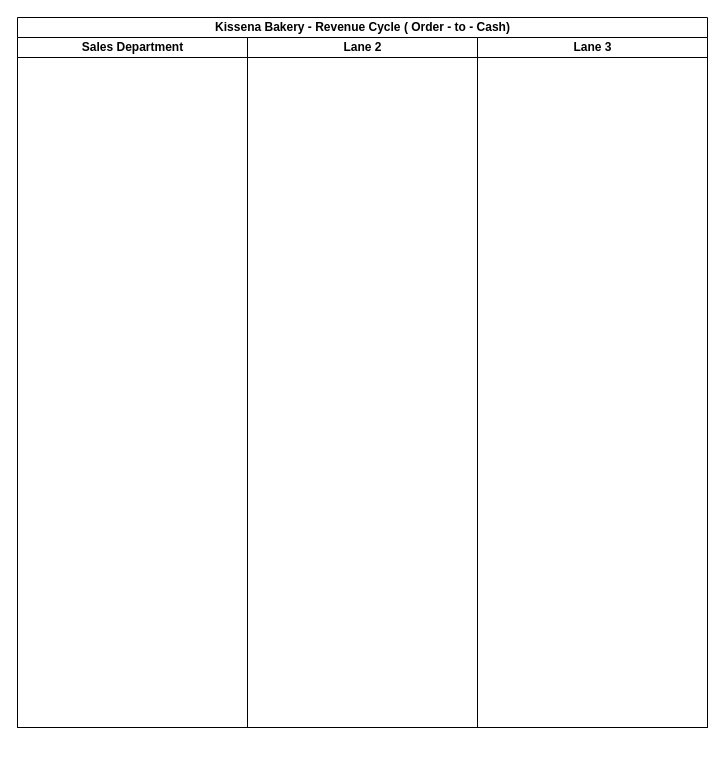
Before: Revenue_Cycle_Controls.drawio in Eso75/drawio, a draw.io diagram. Source tidied: cells renumbered, new cells numbered last; positions are measured from the earlier drawing's top-left corner, leaving out a move shared by most shapes. Both pictures are drawn from the tidied source at 100%, with x=0, y=0 at pixel (17, 17).
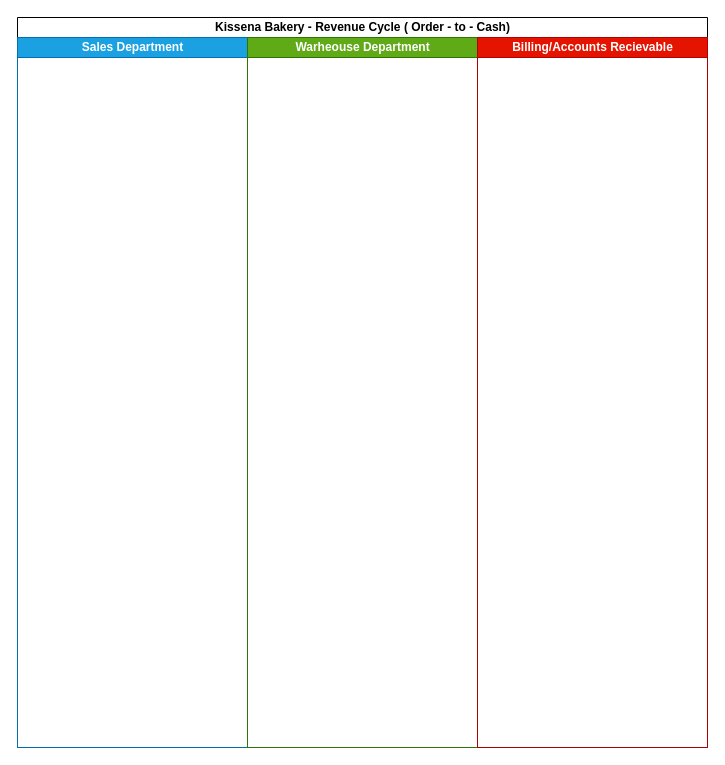
The same diagram, later.

What changed in the source:
```diff
@@
 <mxGraphModel background="#ffffff">
   <root>
     <mxCell id="0" />
     <mxCell id="1" parent="0" />
     <mxCell id="2" value="Kissena Bakery - Revenue Cycle ( Order - to - Cash)" style="swimlane;startSize=20;html=1;gradientColor=none;flipV=0;legacyAnchorPoints=0;flipH=1;" parent="1" vertex="1">
-      <mxGeometry width="690" height="710" as="geometry" />
+      <mxGeometry width="690" height="730" as="geometry" />
     </mxCell>
-    <mxCell id="3" value="Sales Department" style="swimlane;startSize=20;html=1;" parent="2" vertex="1">
-      <mxGeometry y="20" width="230" height="690" as="geometry" />
+    <mxCell id="3" value="Sales Department" style="swimlane;startSize=20;html=1;fillColor=#1ba1e2;fontColor=#ffffff;strokeColor=#006EAF;" parent="2" vertex="1">
+      <mxGeometry y="20" width="230" height="710" as="geometry" />
     </mxCell>
-    <mxCell id="4" value="Lane 2" style="swimlane;startSize=20;html=1;" parent="2" vertex="1">
-      <mxGeometry x="230" y="20" width="230" height="690" as="geometry" />
+    <mxCell id="4" value="Warheouse Department" style="swimlane;startSize=20;html=1;fillColor=#60a917;strokeColor=#2D7600;fontColor=#ffffff;" parent="2" vertex="1">
+      <mxGeometry x="230" y="20" width="230" height="710" as="geometry" />
     </mxCell>
-    <mxCell id="5" value="&lt;font&gt;Lane 3&lt;/font&gt;" style="swimlane;startSize=20;html=1;" parent="2" vertex="1">
-      <mxGeometry x="460" y="20" width="230" height="690" as="geometry" />
+    <mxCell id="5" value="Billing/Accounts Recievable" style="swimlane;startSize=20;html=1;fillColor=#e51400;fontColor=#ffffff;strokeColor=#B20000;swimlaneFillColor=none;" parent="2" vertex="1">
+      <mxGeometry x="460" y="20" width="230" height="710" as="geometry" />
     </mxCell>
   </root>
 </mxGraphModel>
```
